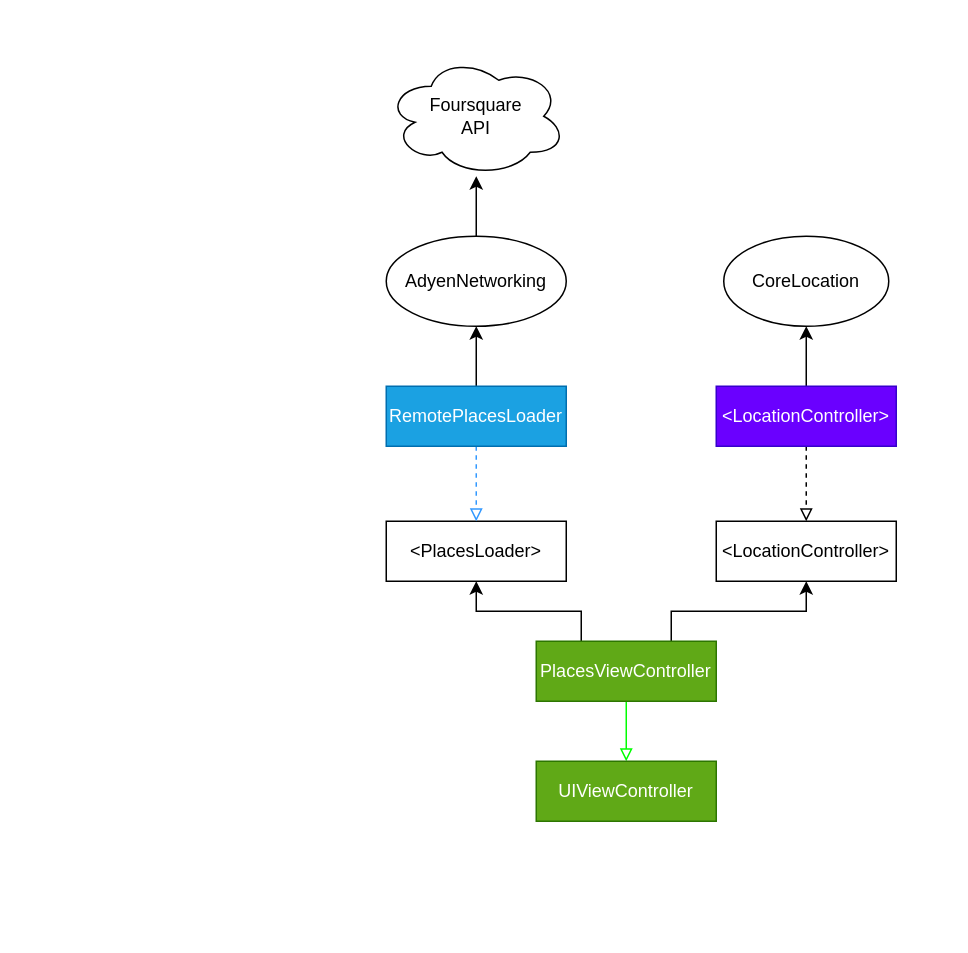
atmamont/places-assignment keeps this draw.io diagram as PlacesDependencyChart.drawio. Above is the earlier version. Source tidied: cells renumbered, new cells numbered last; positions are measured from the earlier drawing's top-left corner, leaving out a move shared by most shapes. Both pictures are drawn from the tidied source at 150%, with x=0, y=0 at pixel (386, 56).
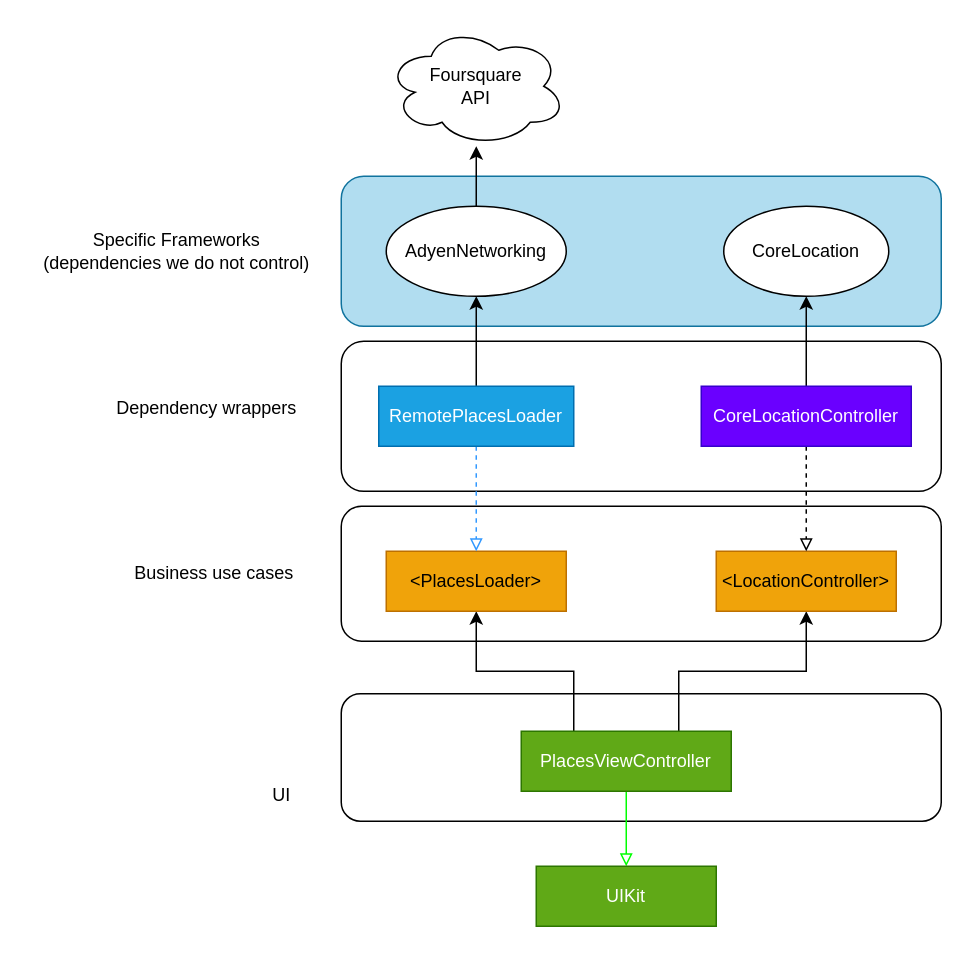
Above is the later version.

Commit message (it also covers changes not shown here):
Add image representation of dependency diagram and add section to requirements accordingly

Change to the diagram source:
```diff
@@
+    <mxCell id="19" style="rounded=1;whiteSpace=wrap;html=1;" parent="1" vertex="1">
+      <mxGeometry x="-30" y="425" width="400" height="85" as="geometry" />
+    </mxCell>
+    <mxCell id="20" style="rounded=1;whiteSpace=wrap;html=1;" parent="1" vertex="1">
+      <mxGeometry x="-30" y="300" width="400" height="90" as="geometry" />
+    </mxCell>
+    <mxCell id="21" style="rounded=1;whiteSpace=wrap;html=1;" parent="1" vertex="1">
+      <mxGeometry x="-30" y="190" width="400" height="100" as="geometry" />
+    </mxCell>
+    <mxCell id="22" style="rounded=1;whiteSpace=wrap;html=1;fillColor=#b1ddf0;strokeColor=#10739e;" parent="1" vertex="1">
+      <mxGeometry x="-30" y="80" width="400" height="100" as="geometry" />
+    </mxCell>
@@
     <mxCell id="5" value="PlacesViewController" style="rounded=0;whiteSpace=wrap;html=1;fillColor=#60a917;fontColor=#ffffff;strokeColor=#2D7600;" parent="1" vertex="1">
-      <mxGeometry x="100" y="390" width="120" height="40" as="geometry" />
+      <mxGeometry x="90" y="450" width="140" height="40" as="geometry" />
     </mxCell>
-    <mxCell id="6" value="UIViewController" style="rounded=0;whiteSpace=wrap;html=1;strokeColor=#2D7600;fontColor=#ffffff;fillColor=#60a917;" parent="1" vertex="1">
-      <mxGeometry x="100" y="470" width="120" height="40" as="geometry" />
+    <mxCell id="6" value="UIKit" style="rounded=0;whiteSpace=wrap;html=1;strokeColor=#2D7600;fontColor=#ffffff;fillColor=#60a917;" parent="1" vertex="1">
+      <mxGeometry x="100" y="540" width="120" height="40" as="geometry" />
     </mxCell>
-    <mxCell id="7" value="&amp;lt;PlacesLoader&amp;gt;" style="rounded=0;whiteSpace=wrap;html=1;" parent="1" vertex="1">
-      <mxGeometry y="310" width="120" height="40" as="geometry" />
+    <mxCell id="7" value="&amp;lt;PlacesLoader&amp;gt;" style="rounded=0;whiteSpace=wrap;html=1;fillColor=#f0a30a;fontColor=#000000;strokeColor=#BD7000;" parent="1" vertex="1">
+      <mxGeometry y="330" width="120" height="40" as="geometry" />
     </mxCell>
@@
     <mxCell id="10" value="RemotePlacesLoader" style="rounded=0;whiteSpace=wrap;html=1;fontColor=#ffffff;labelBorderColor=none;strokeColor=#006EAF;fillColor=#1ba1e2;" parent="1" vertex="1">
-      <mxGeometry y="220" width="120" height="40" as="geometry" />
+      <mxGeometry x="-5" y="220" width="130" height="40" as="geometry" />
     </mxCell>
-    <mxCell id="11" value="&amp;lt;LocationController&amp;gt;" style="rounded=0;whiteSpace=wrap;html=1;fillColor=none;fontColor=#000000;strokeColor=#000000;" parent="1" vertex="1">
-      <mxGeometry x="220" y="310" width="120" height="40" as="geometry" />
+    <mxCell id="11" value="&amp;lt;LocationController&amp;gt;" style="rounded=0;whiteSpace=wrap;html=1;fillColor=#f0a30a;fontColor=#000000;strokeColor=#BD7000;" parent="1" vertex="1">
+      <mxGeometry x="220" y="330" width="120" height="40" as="geometry" />
     </mxCell>
@@
-    <mxCell id="14" value="&amp;lt;LocationController&amp;gt;" style="rounded=0;whiteSpace=wrap;html=1;fillColor=#6a00ff;fontColor=#ffffff;strokeColor=#3700CC;" parent="1" vertex="1">
-      <mxGeometry x="220" y="220" width="120" height="40" as="geometry" />
+    <mxCell id="14" value="CoreLocationController" style="rounded=0;whiteSpace=wrap;html=1;fillColor=#6a00ff;fontColor=#ffffff;strokeColor=#3700CC;" parent="1" vertex="1">
+      <mxGeometry x="210" y="220" width="140" height="40" as="geometry" />
     </mxCell>
     <mxCell id="15" value="Foursquare&lt;br&gt;API" style="ellipse;shape=cloud;whiteSpace=wrap;html=1;" parent="1" vertex="1">
-      <mxGeometry width="120" height="80" as="geometry" />
+      <mxGeometry y="-20" width="120" height="80" as="geometry" />
     </mxCell>
     <mxCell id="16" value="CoreLocation" style="ellipse;whiteSpace=wrap;html=1;" parent="1" vertex="1">
-      <mxGeometry x="225" y="120" width="110" height="60" as="geometry" />
+      <mxGeometry x="225" y="100" width="110" height="60" as="geometry" />
     </mxCell>
@@
     <mxCell id="18" value="AdyenNetworking" style="ellipse;whiteSpace=wrap;html=1;" parent="1" vertex="1">
-      <mxGeometry y="120" width="120" height="60" as="geometry" />
+      <mxGeometry y="100" width="120" height="60" as="geometry" />
     </mxCell>
+    <mxCell id="23" value="Specific Frameworks &lt;br&gt;(dependencies we do not control)" style="text;html=1;align=center;verticalAlign=middle;strokeColor=none;fillColor=none;" parent="1" vertex="1">
+      <mxGeometry x="-240" y="110" width="200" height="40" as="geometry" />
+    </mxCell>
+    <mxCell id="24" value="Dependency wrappers" style="text;html=1;align=center;verticalAlign=middle;strokeColor=none;fillColor=none;" parent="1" vertex="1">
+      <mxGeometry x="-190" y="220" width="140" height="30" as="geometry" />
+    </mxCell>
+    <mxCell id="25" value="Business use cases" style="text;html=1;align=center;verticalAlign=middle;strokeColor=none;fillColor=none;" parent="1" vertex="1">
+      <mxGeometry x="-180" y="330" width="130" height="30" as="geometry" />
+    </mxCell>
+    <mxCell id="26" value="UI" style="text;html=1;align=center;verticalAlign=middle;strokeColor=none;fillColor=none;" parent="1" vertex="1">
+      <mxGeometry x="-90" y="478" width="40" height="30" as="geometry" />
+    </mxCell>
```
